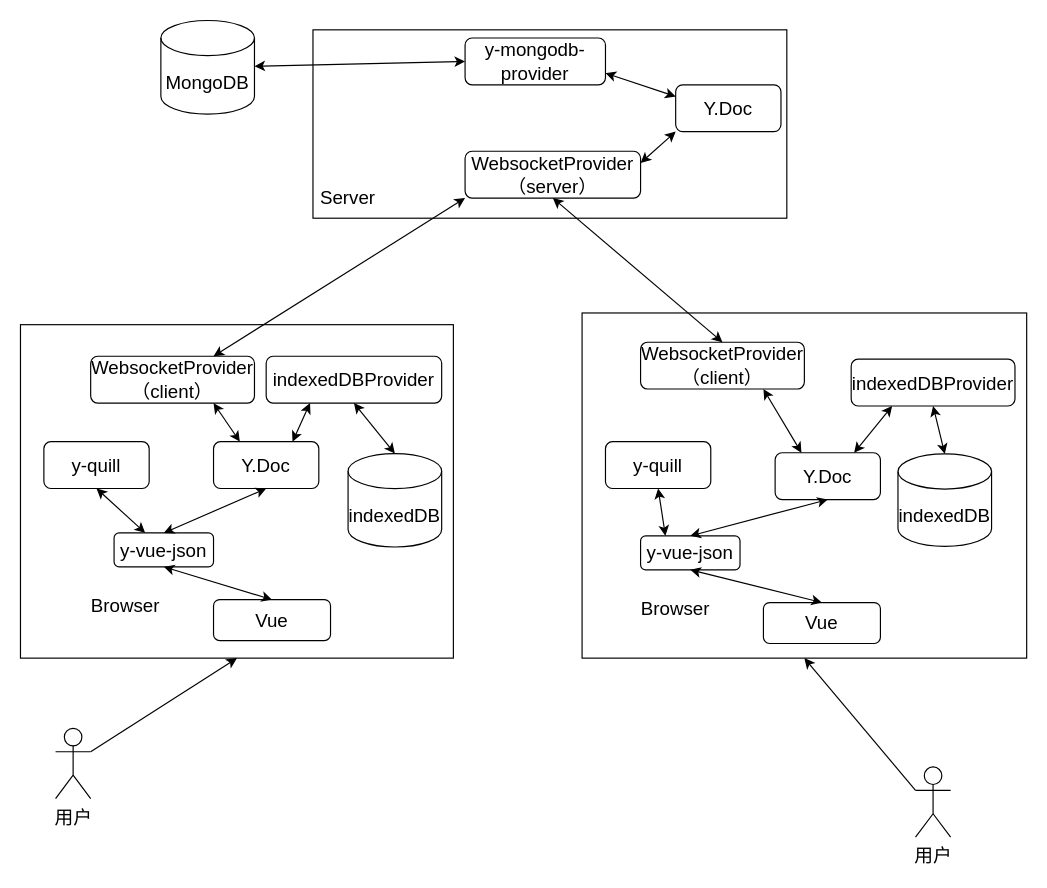
Before: 第四章/协同编辑概要设计.drawio in yuxinyu12345/diagrams, a draw.io diagram. Source tidied: cells renumbered, new cells numbered last; positions are measured from the earlier drawing's top-left corner, leaving out a move shared by most shapes. Both pictures are drawn from the tidied source at 117%, with x=0, y=0 at pixel (20, 20).
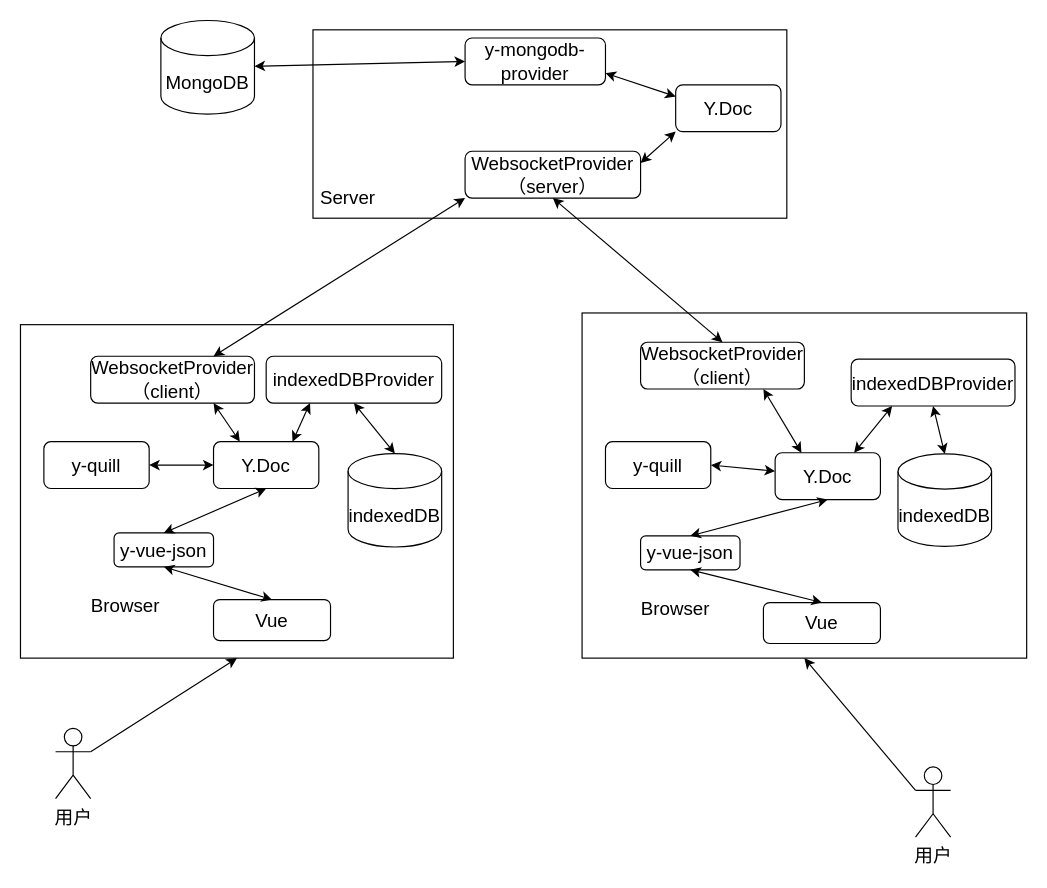
Above is the later version.

Commit message:
更新协同编辑概要设计.drawio

Unchanged cells that the change refers to:
```xml
<mxCell id="7" value="Y.Doc" style="rounded=1;whiteSpace=wrap;html=1;fontSize=16;" parent="1" vertex="1">
  <mxGeometry x="165" y="360" width="90" height="40" as="geometry" />
</mxCell>
<mxCell id="26" value="y-vue-json" style="rounded=1;whiteSpace=wrap;html=1;fontSize=16;" parent="1" vertex="1">
  <mxGeometry x="80" y="438" width="85" height="29" as="geometry" />
</mxCell>
<mxCell id="33" value="Y.Doc" style="rounded=1;whiteSpace=wrap;html=1;fontSize=16;" parent="1" vertex="1">
  <mxGeometry x="645" y="369.5" width="90" height="40" as="geometry" />
</mxCell>
<mxCell id="40" value="y-vue-json" style="rounded=1;whiteSpace=wrap;html=1;fontSize=16;" parent="1" vertex="1">
  <mxGeometry x="530" y="440.5" width="85" height="29" as="geometry" />
</mxCell>
<mxCell id="43" value="y-quill" style="rounded=1;whiteSpace=wrap;html=1;fontSize=16;" parent="1" vertex="1">
  <mxGeometry x="20" y="360" width="90" height="40" as="geometry" />
</mxCell>
<mxCell id="45" value="y-quill" style="rounded=1;whiteSpace=wrap;html=1;fontSize=16;" parent="1" vertex="1">
  <mxGeometry x="500" y="360" width="90" height="40" as="geometry" />
</mxCell>
```

What changed in the source:
```diff
@@
-    <mxCell id="44" style="endArrow=classic;startArrow=classic;html=1;rounded=0;entryX=0.5;entryY=1;entryDx=0;entryDy=0;fontSize=16;" parent="1" edge="1" source="26" target="43">
+    <mxCell id="44" style="endArrow=classic;startArrow=classic;html=1;rounded=0;entryX=1;entryY=0.5;entryDx=0;entryDy=0;fontSize=16;" parent="1" edge="1" source="7" target="43">
       <mxGeometry relative="1" as="geometry" />
     </mxCell>
@@
-    <mxCell id="46" style="endArrow=classic;startArrow=classic;html=1;rounded=0;entryX=0.5;entryY=1;entryDx=0;entryDy=0;fontSize=16;exitX=0.25;exitY=0;exitDx=0;exitDy=0;" parent="1" edge="1" source="40" target="45">
+    <mxCell id="46" style="endArrow=classic;startArrow=classic;html=1;rounded=0;entryX=1;entryY=0.5;entryDx=0;entryDy=0;fontSize=16;" parent="1" edge="1" source="33" target="45">
       <mxGeometry relative="1" as="geometry" />
     </mxCell>
```
